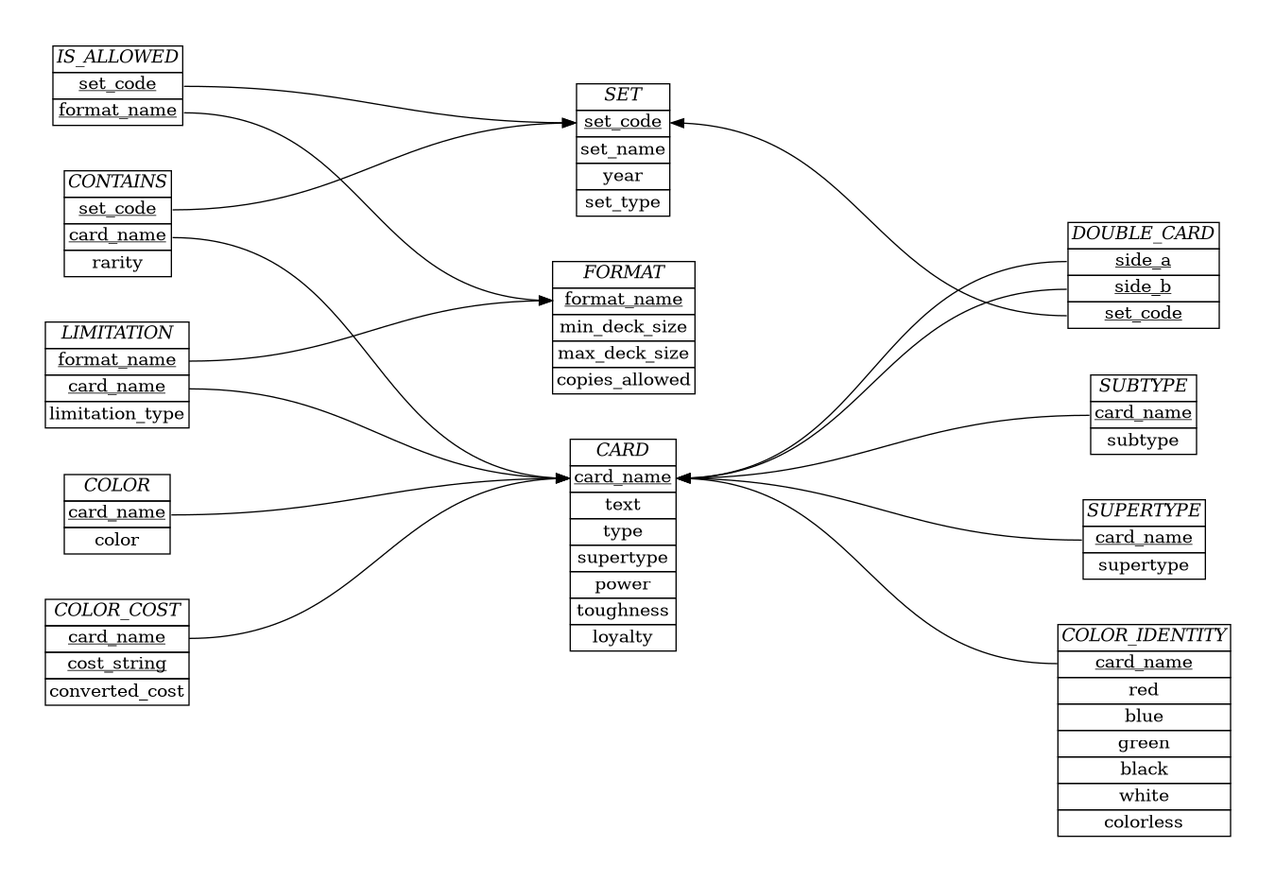
Above: schema/ER_diagram.png in akilmarshall/trumark (Graphviz), before the change. Its source is kept beside it as schema/ER_diagram.dot.
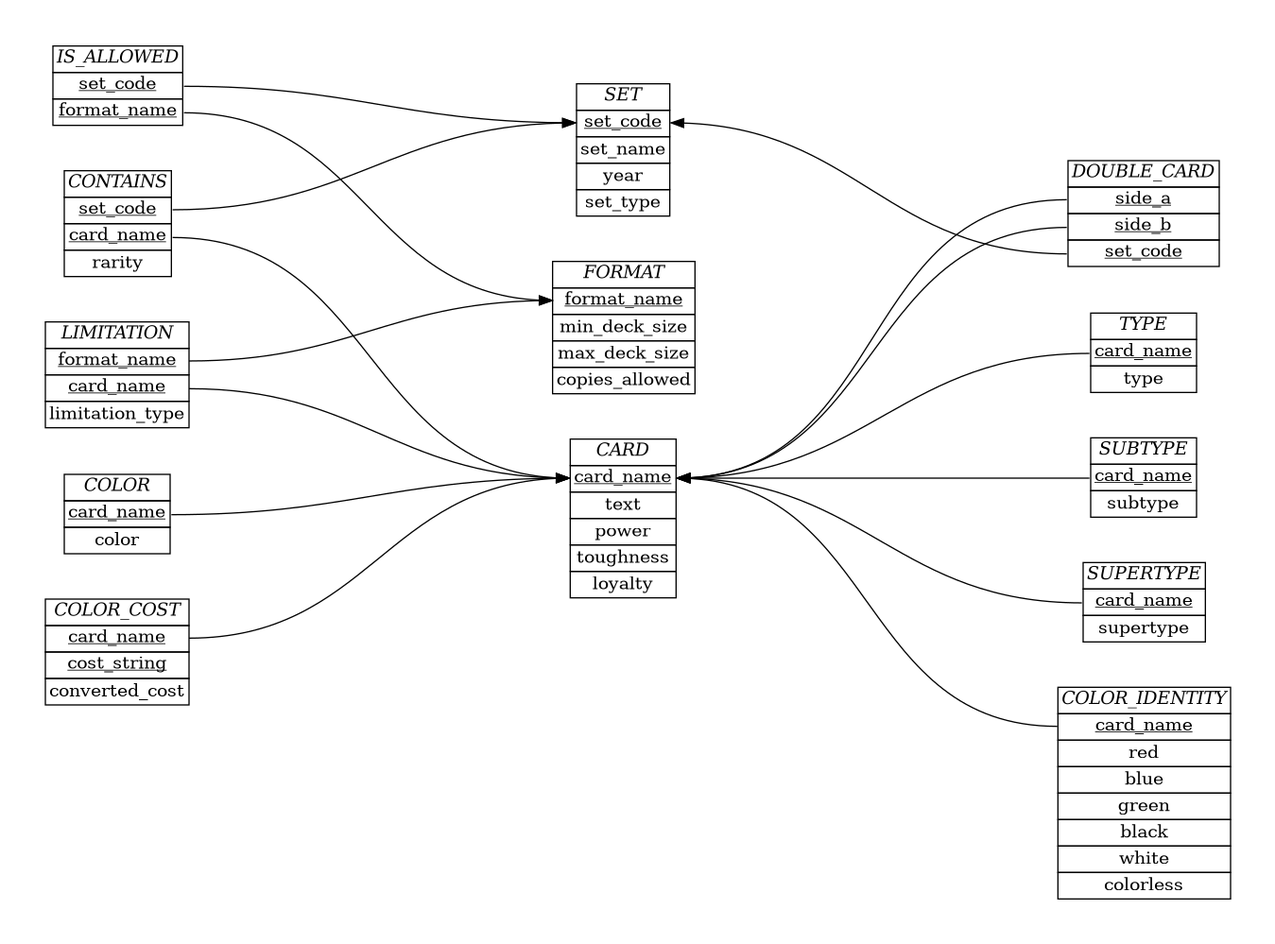
Later version of the same file.

Commit message:
turned the type attribute into its own table

What changed in the source:
```diff
@@ -26,11 +26,9 @@
         <tr><td><i>CARD</i></td></tr>
         <tr><td port="1"><u><font color="black">card_name</font></u></td></tr>
         <tr><td port="2">text</td></tr>
-        <tr><td port="4">type</td></tr>
-        <tr><td port="5">supertype</td></tr>
-        <tr><td port="6">power</td></tr>
-        <tr><td port="7">toughness</td></tr>
-        <tr><td port="8">loyalty</td></tr>
+        <tr><td port="3">power</td></tr>
+        <tr><td port="4">toughness</td></tr>
+        <tr><td port="5">loyalty</td></tr>
         </table>>];
 
     Contains [label=<
@@ -62,6 +60,13 @@
     <tr><td port="2"><u>card_name</u></td></tr>
     <tr><td port="3">limitation_type</td></tr>
     </table>>];
+
+    Type [label=<
+        <table border="0" cellborder="1" cellspacing="0">
+        <tr><td><i>TYPE</i></td></tr>
+        <tr><td port="1"><u>card_name</u></td></tr>
+        <tr><td port="2">type</td></tr>
+        </table>>];
 
     Subtype [label=<
         <table border="0" cellborder="1" cellspacing="0">
@@ -124,7 +129,9 @@
     Set:1 -> Double_card:3;
 
 
-    Card:1 -> Subtype:1 ;
+    Card:1 -> Subtype:1;
+
+    Card:1 -> Type:1;
 
     Card:1 -> Supertype:1 ;
 
```
